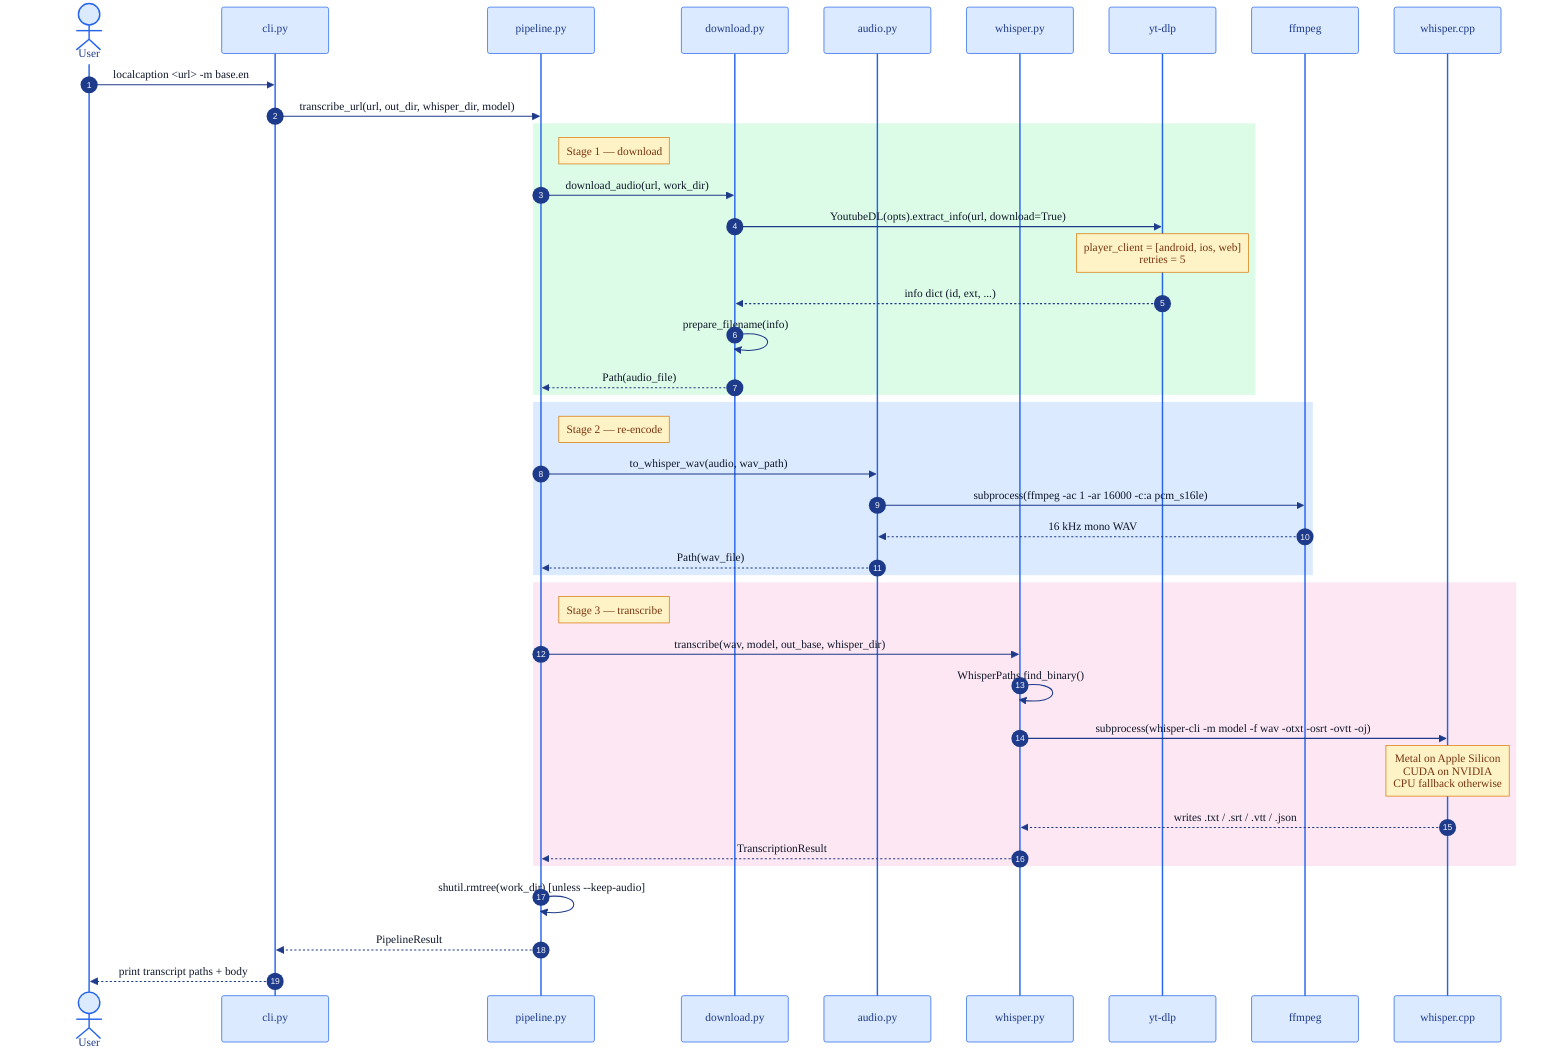
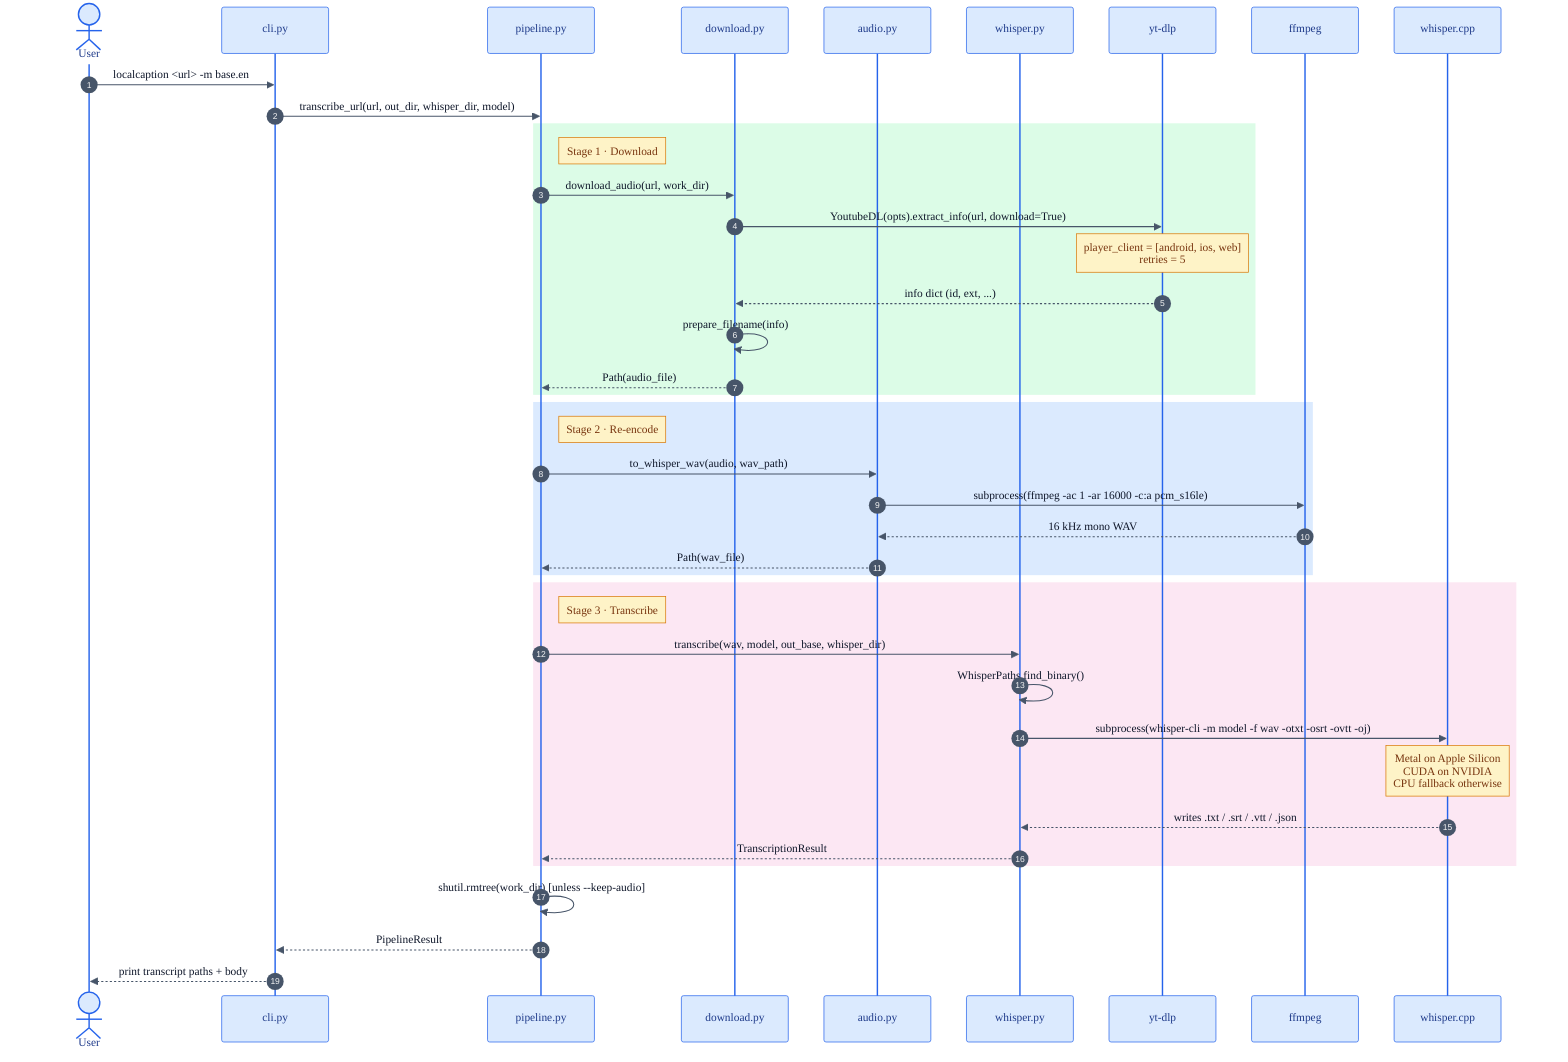
%%{init: {'theme':'base', 'themeVariables': {
-   'primaryColor':'#EFF6FF',
+   'primaryColor':'#F8FAFC',
  'actorBkg':'#DBEAFE',
  'actorBorder':'#2563EB',
  'actorTextColor':'#1E3A8A',
-   'signalColor':'#1E3A8A',
+   'signalColor':'#475569',
  'signalTextColor':'#0F172A',
  'noteBkgColor':'#FEF3C7',
  'noteTextColor':'#78350F',
  'noteBorderColor':'#D97706',
  'fontFamily':'Inter, system-ui, sans-serif'
}}}%%
sequenceDiagram
    autonumber
    actor User
    participant CLI       as cli.py
    participant Pipe      as pipeline.py
    participant Download  as download.py
    participant Audio     as audio.py
    participant Whisper   as whisper.py
    participant YT        as yt-dlp
    participant FF        as ffmpeg
    participant WCPP      as whisper.cpp

    User->>CLI: localcaption <url> -m base.en
    CLI->>Pipe: transcribe_url(url, out_dir, whisper_dir, model)

    rect rgb(220, 252, 231)
-     note right of Pipe: Stage 1 — download
+     note right of Pipe: Stage 1 · Download
    Pipe->>Download: download_audio(url, work_dir)
    Download->>YT: YoutubeDL(opts).extract_info(url, download=True)
    note over YT: player_client = [android, ios, web]<br/>retries = 5
    YT-->>Download: info dict (id, ext, ...)
    Download->>Download: prepare_filename(info)
    Download-->>Pipe: Path(audio_file)
    end

    rect rgb(219, 234, 254)
-     note right of Pipe: Stage 2 — re-encode
+     note right of Pipe: Stage 2 · Re-encode
    Pipe->>Audio: to_whisper_wav(audio, wav_path)
    Audio->>FF: subprocess(ffmpeg -ac 1 -ar 16000 -c:a pcm_s16le)
    FF-->>Audio: 16 kHz mono WAV
    Audio-->>Pipe: Path(wav_file)
    end

    rect rgb(252, 231, 243)
-     note right of Pipe: Stage 3 — transcribe
+     note right of Pipe: Stage 3 · Transcribe
    Pipe->>Whisper: transcribe(wav, model, out_base, whisper_dir)
    Whisper->>Whisper: WhisperPaths.find_binary()
    Whisper->>WCPP: subprocess(whisper-cli -m model -f wav -otxt -osrt -ovtt -oj)
    note over WCPP: Metal on Apple Silicon<br/>CUDA on NVIDIA<br/>CPU fallback otherwise
    WCPP-->>Whisper: writes .txt / .srt / .vtt / .json
    Whisper-->>Pipe: TranscriptionResult
    end

    Pipe->>Pipe: shutil.rmtree(work_dir)  [unless --keep-audio]
    Pipe-->>CLI: PipelineResult
    CLI-->>User: print transcript paths + body
